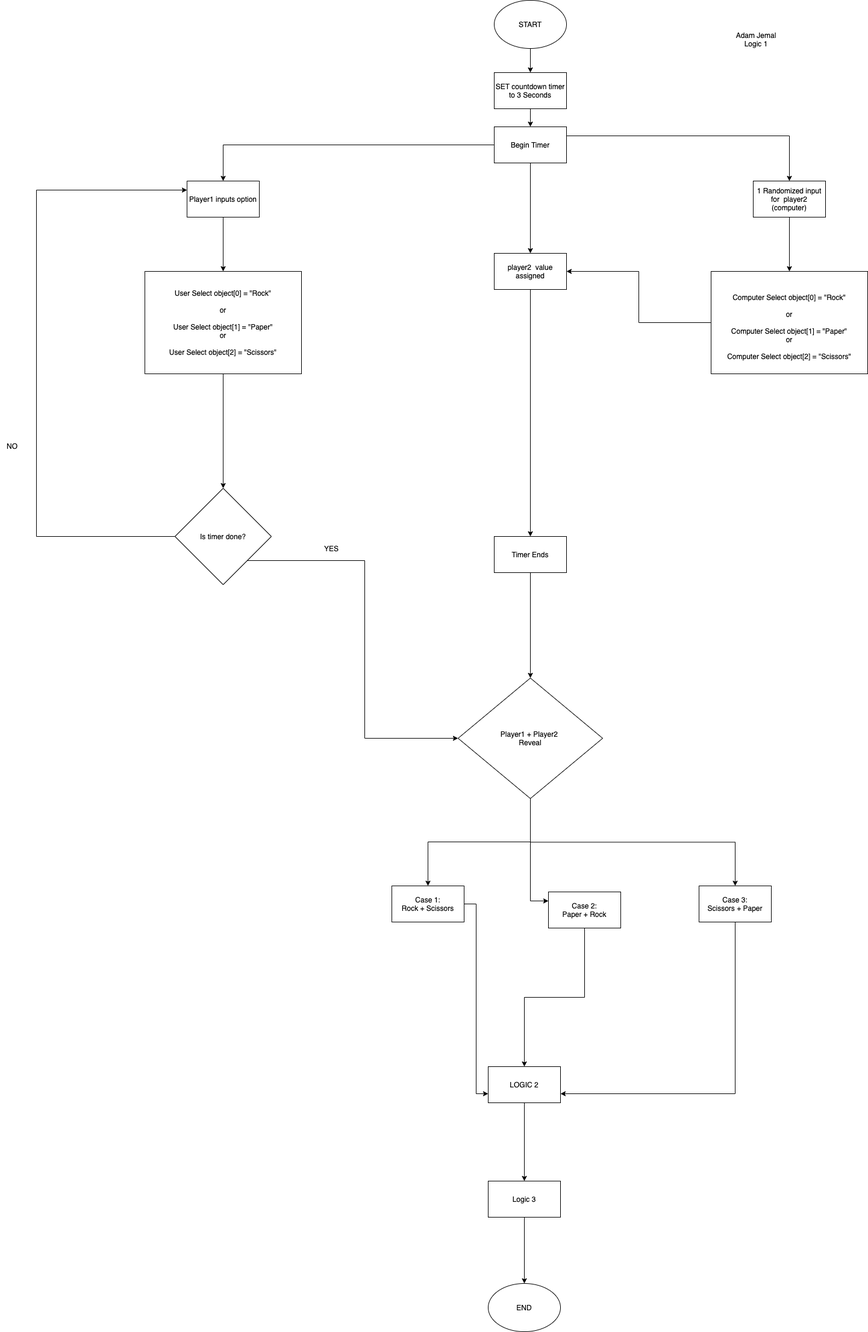
This is rockPaperScissors.png from Adam20058/Rock-Paper-Scissors, a draw.io export, as it was before one commit. Source tidied: cells renumbered, new cells last; positions are measured from the earlier drawing's top-left corner, leaving out a move shared by most shapes.
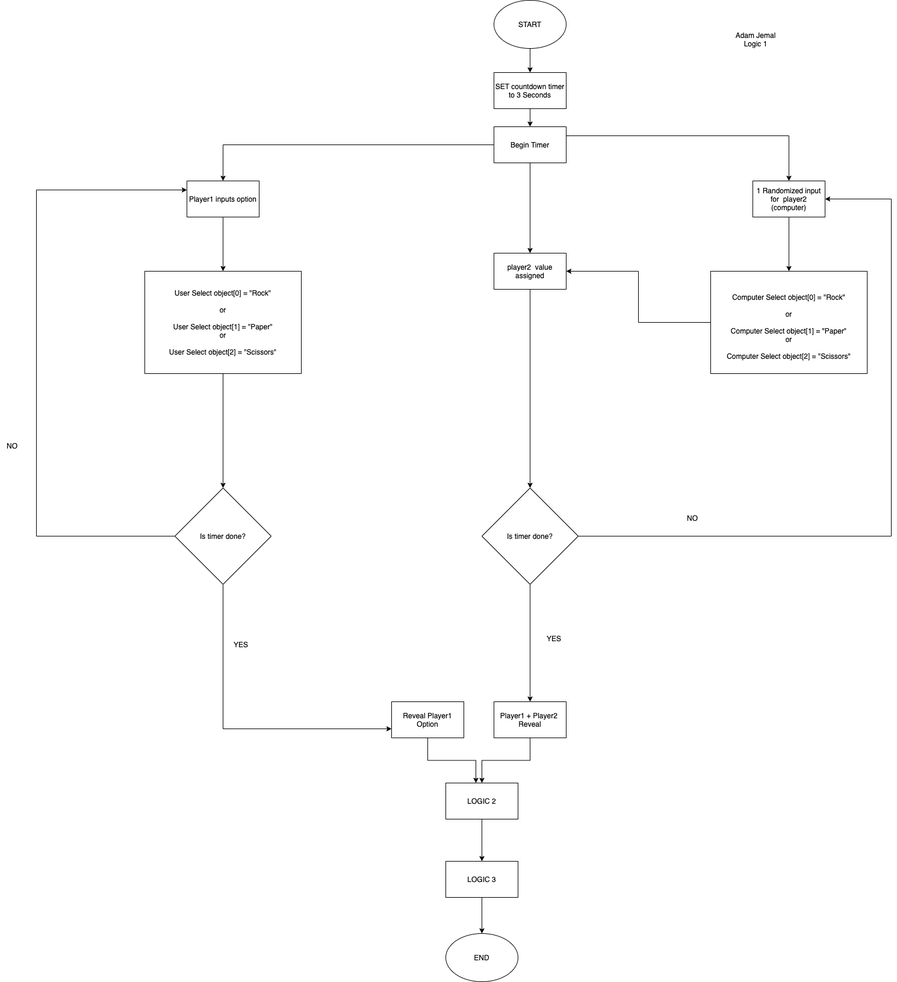
The same file after the commit.

Change to the diagram source:
```diff
@@ -26,21 +26,15 @@
     <mxCell id="9" value="Begin Timer" style="rounded=0;whiteSpace=wrap;html=1;" parent="1" vertex="1">
       <mxGeometry x="820" y="210" width="120" height="60" as="geometry" />
     </mxCell>
-    <mxCell id="10" style="edgeStyle=orthogonalEdgeStyle;rounded=0;jettySize=auto;html=1;exitX=0.5;exitY=1;exitDx=0;exitDy=0;entryX=0.5;entryY=0;entryDx=0;entryDy=0;" parent="1" edge="1" source="11" target="24">
-      <mxGeometry relative="1" as="geometry" />
-    </mxCell>
-    <mxCell id="11" value="Timer Ends" style="rounded=0;whiteSpace=wrap;html=1;" parent="1" vertex="1">
-      <mxGeometry x="820" y="890" width="120" height="60" as="geometry" />
-    </mxCell>
     <mxCell id="12" style="edgeStyle=orthogonalEdgeStyle;rounded=0;jettySize=auto;html=1;entryX=0.5;entryY=0;entryDx=0;entryDy=0;" parent="1" edge="1" source="13" target="34">
       <mxGeometry relative="1" as="geometry" />
     </mxCell>
     <mxCell id="13" value="1 Randomized input&lt;br&gt;for&amp;nbsp; player2 (computer)" style="rounded=0;whiteSpace=wrap;html=1;" parent="1" vertex="1">
       <mxGeometry x="1250" y="300" width="120" height="60" as="geometry" />
     </mxCell>
-    <mxCell id="14" style="edgeStyle=orthogonalEdgeStyle;rounded=0;jettySize=auto;html=1;exitX=0.5;exitY=1;exitDx=0;exitDy=0;entryX=0.5;entryY=0;entryDx=0;entryDy=0;" parent="1" edge="1" source="15" target="11">
-      <mxGeometry relative="1" as="geometry" />
-    </mxCell>
+    <mxCell id="43" style="edgeStyle=orthogonalEdgeStyle;rounded=0;jettySize=auto;html=1;exitX=0.5;exitY=1;exitDx=0;exitDy=0;entryX=0.5;entryY=0;entryDx=0;entryDy=0;" parent="1" edge="1" source="15" target="50">
+      <mxGeometry relative="1" as="geometry" />
+    </mxCell>
     <mxCell id="15" value="player2&amp;nbsp; value assigned" style="rounded=0;whiteSpace=wrap;html=1;" parent="1" vertex="1">
       <mxGeometry x="820" y="420" width="120" height="60" as="geometry" />
     </mxCell>
@@ -59,32 +53,6 @@
     <mxCell id="20" value="&lt;span&gt;User Select object[0] = &quot;Rock&quot;&lt;/span&gt;&lt;br&gt;&lt;br&gt;&lt;span&gt;or&lt;/span&gt;&lt;br&gt;&lt;br&gt;&lt;span&gt;User Select object[1] = &quot;Paper&quot;&lt;/span&gt;&lt;br&gt;&lt;span&gt;or&lt;/span&gt;&lt;br&gt;&lt;br&gt;&lt;span&gt;User Select object[2] = &quot;Scissors&quot;&lt;/span&gt;" style="rounded=0;whiteSpace=wrap;html=1;" parent="1" vertex="1">
       <mxGeometry x="240" y="450" width="260" height="170" as="geometry" />
     </mxCell>
-    <mxCell id="21" style="edgeStyle=orthogonalEdgeStyle;rounded=0;jettySize=auto;html=1;exitX=0.5;exitY=1;exitDx=0;exitDy=0;entryX=0.5;entryY=0;entryDx=0;entryDy=0;" parent="1" edge="1" source="24" target="26">
-      <mxGeometry relative="1" as="geometry">
-        <Array as="points">
-          <mxPoint x="880" y="1397" />
-          <mxPoint x="710" y="1397" />
-        </Array>
-      </mxGeometry>
-    </mxCell>
-    <mxCell id="22" style="edgeStyle=orthogonalEdgeStyle;rounded=0;jettySize=auto;html=1;exitX=0.5;exitY=1;exitDx=0;exitDy=0;" parent="1" edge="1" source="24" target="32">
-      <mxGeometry relative="1" as="geometry" />
-    </mxCell>
-    <mxCell id="23" style="edgeStyle=orthogonalEdgeStyle;rounded=0;jettySize=auto;html=1;exitX=0.5;exitY=1;exitDx=0;exitDy=0;entryX=0;entryY=0.25;entryDx=0;entryDy=0;" parent="1" edge="1" source="24" target="36">
-      <mxGeometry relative="1" as="geometry" />
-    </mxCell>
-    <mxCell id="24" value="Player1 + Player2&amp;nbsp;&lt;br&gt;Reveal" style="rhombus;whiteSpace=wrap;html=1;" parent="1" vertex="1">
-      <mxGeometry x="760" y="1125" width="240" height="200" as="geometry" />
-    </mxCell>
-    <mxCell id="25" style="edgeStyle=orthogonalEdgeStyle;rounded=0;jettySize=auto;html=1;entryX=0;entryY=0.75;entryDx=0;entryDy=0;" parent="1" edge="1" source="26" target="39">
-      <mxGeometry relative="1" as="geometry" />
-    </mxCell>
-    <mxCell id="26" value="Case 1:&lt;br&gt;Rock + Scissors" style="rounded=0;whiteSpace=wrap;html=1;" parent="1" vertex="1">
-      <mxGeometry x="650" y="1470" width="120" height="60" as="geometry" />
-    </mxCell>
-    <mxCell id="27" style="edgeStyle=orthogonalEdgeStyle;rounded=0;jettySize=auto;html=1;exitX=1;exitY=1;exitDx=0;exitDy=0;entryX=0;entryY=0.5;entryDx=0;entryDy=0;" parent="1" edge="1" source="29" target="24">
-      <mxGeometry relative="1" as="geometry" />
-    </mxCell>
     <mxCell id="28" style="edgeStyle=orthogonalEdgeStyle;rounded=0;jettySize=auto;html=1;exitX=0;exitY=0.5;exitDx=0;exitDy=0;entryX=0;entryY=0.25;entryDx=0;entryDy=0;" parent="1" edge="1" source="29" target="17">
       <mxGeometry relative="1" as="geometry">
         <Array as="points">
@@ -93,47 +61,72 @@
         </Array>
       </mxGeometry>
     </mxCell>
+    <mxCell id="44" style="edgeStyle=orthogonalEdgeStyle;rounded=0;jettySize=auto;html=1;exitX=0.5;exitY=1;exitDx=0;exitDy=0;entryX=0;entryY=0.75;entryDx=0;entryDy=0;" parent="1" edge="1" source="29" target="47">
+      <mxGeometry relative="1" as="geometry" />
+    </mxCell>
     <mxCell id="29" value="Is timer done?" style="rhombus;whiteSpace=wrap;html=1;" parent="1" vertex="1">
       <mxGeometry x="290" y="810" width="160" height="160" as="geometry" />
     </mxCell>
     <mxCell id="30" value="YES" style="text;html=1;strokeColor=none;fillColor=none;align=center;verticalAlign=middle;whiteSpace=wrap;rounded=0;" parent="1" vertex="1">
-      <mxGeometry x="530" y="900" width="40" height="20" as="geometry" />
+      <mxGeometry x="380" y="1060" width="40" height="20" as="geometry" />
     </mxCell>
-    <mxCell id="31" style="edgeStyle=orthogonalEdgeStyle;rounded=0;jettySize=auto;html=1;exitX=0.5;exitY=1;exitDx=0;exitDy=0;entryX=1;entryY=0.75;entryDx=0;entryDy=0;" parent="1" edge="1" source="32" target="39">
-      <mxGeometry relative="1" as="geometry" />
-    </mxCell>
-    <mxCell id="32" value="Case 3:&lt;br&gt;Scissors + Paper" style="rounded=0;whiteSpace=wrap;html=1;" parent="1" vertex="1">
-      <mxGeometry x="1160" y="1470" width="120" height="60" as="geometry" />
-    </mxCell>
     <mxCell id="33" style="edgeStyle=orthogonalEdgeStyle;rounded=0;jettySize=auto;html=1;exitX=0;exitY=0.5;exitDx=0;exitDy=0;entryX=1;entryY=0.5;entryDx=0;entryDy=0;" parent="1" edge="1" source="34" target="15">
       <mxGeometry relative="1" as="geometry" />
     </mxCell>
     <mxCell id="34" value="&lt;span&gt;&lt;br&gt;Computer Select object[0] = &quot;Rock&quot;&lt;/span&gt;&lt;br&gt;&lt;br&gt;&lt;span&gt;or&lt;/span&gt;&lt;br&gt;&lt;br&gt;&lt;span&gt;Computer Select object[1] = &quot;Paper&quot;&lt;/span&gt;&lt;br&gt;&lt;span&gt;or&lt;/span&gt;&lt;br&gt;&lt;br&gt;&lt;span&gt;Computer Select object[2] = &quot;Scissors&quot;&lt;/span&gt;" style="rounded=0;whiteSpace=wrap;html=1;" parent="1" vertex="1">
       <mxGeometry x="1180" y="450" width="260" height="170" as="geometry" />
     </mxCell>
-    <mxCell id="35" style="edgeStyle=orthogonalEdgeStyle;rounded=0;jettySize=auto;html=1;exitX=0.5;exitY=1;exitDx=0;exitDy=0;" parent="1" edge="1" source="36" target="39">
-      <mxGeometry relative="1" as="geometry" />
-    </mxCell>
-    <mxCell id="36" value="Case 2:&lt;br&gt;Paper + Rock" style="rounded=0;whiteSpace=wrap;html=1;" parent="1" vertex="1">
-      <mxGeometry x="910" y="1480" width="120" height="60" as="geometry" />
-    </mxCell>
     <mxCell id="37" value="NO" style="text;html=1;strokeColor=none;fillColor=none;align=center;verticalAlign=middle;whiteSpace=wrap;rounded=0;" parent="1" vertex="1">
       <mxGeometry y="730" width="40" height="20" as="geometry" />
     </mxCell>
-    <mxCell id="38" style="edgeStyle=orthogonalEdgeStyle;rounded=0;jettySize=auto;html=1;entryX=0.5;entryY=0;entryDx=0;entryDy=0;" parent="1" edge="1" source="39" target="41">
-      <mxGeometry relative="1" as="geometry" />
-    </mxCell>
+    <mxCell id="42" value="END" style="ellipse;whiteSpace=wrap;html=1;" parent="1" vertex="1">
+      <mxGeometry x="740" y="1550" width="120" height="80" as="geometry" />
+    </mxCell>
+    <mxCell id="45" style="edgeStyle=orthogonalEdgeStyle;rounded=0;jettySize=auto;html=1;exitX=0.5;exitY=1;exitDx=0;exitDy=0;" parent="1" edge="1" source="24" target="39">
+      <mxGeometry relative="1" as="geometry" />
+    </mxCell>
+    <mxCell id="24" value="&lt;span&gt;Player1 + Player2&amp;nbsp;&lt;/span&gt;&lt;br&gt;&lt;span&gt;Reveal&lt;/span&gt;" style="rounded=0;whiteSpace=wrap;html=1;" parent="1" vertex="1">
+      <mxGeometry x="820" y="1165" width="120" height="60" as="geometry" />
+    </mxCell>
+    <mxCell id="46" style="edgeStyle=orthogonalEdgeStyle;rounded=0;jettySize=auto;html=1;exitX=0.5;exitY=1;exitDx=0;exitDy=0;" parent="1" edge="1" source="47">
+      <mxGeometry relative="1" as="geometry">
+        <mxPoint x="790" y="1300" as="targetPoint" />
+      </mxGeometry>
+    </mxCell>
+    <mxCell id="47" value="Reveal Player1 Option" style="rounded=0;whiteSpace=wrap;html=1;" parent="1" vertex="1">
+      <mxGeometry x="650" y="1165" width="120" height="60" as="geometry" />
+    </mxCell>
+    <mxCell id="48" style="edgeStyle=orthogonalEdgeStyle;rounded=0;jettySize=auto;html=1;exitX=0.5;exitY=1;exitDx=0;exitDy=0;entryX=0.5;entryY=0;entryDx=0;entryDy=0;" parent="1" edge="1" source="50" target="24">
+      <mxGeometry relative="1" as="geometry" />
+    </mxCell>
+    <mxCell id="49" style="edgeStyle=orthogonalEdgeStyle;rounded=0;jettySize=auto;html=1;entryX=1;entryY=0.5;entryDx=0;entryDy=0;" parent="1" edge="1" source="50" target="13">
+      <mxGeometry relative="1" as="geometry">
+        <Array as="points">
+          <mxPoint x="1480" y="890" />
+          <mxPoint x="1480" y="330" />
+        </Array>
+      </mxGeometry>
+    </mxCell>
+    <mxCell id="50" value="Is timer done?" style="rhombus;whiteSpace=wrap;html=1;" parent="1" vertex="1">
+      <mxGeometry x="800" y="810" width="160" height="160" as="geometry" />
+    </mxCell>
+    <mxCell id="51" value="YES" style="text;html=1;strokeColor=none;fillColor=none;align=center;verticalAlign=middle;whiteSpace=wrap;rounded=0;" parent="1" vertex="1">
+      <mxGeometry x="900" y="1050" width="40" height="20" as="geometry" />
+    </mxCell>
+    <mxCell id="52" value="NO" style="text;html=1;strokeColor=none;fillColor=none;align=center;verticalAlign=middle;whiteSpace=wrap;rounded=0;" parent="1" vertex="1">
+      <mxGeometry x="1130" y="850" width="40" height="20" as="geometry" />
+    </mxCell>
+    <mxCell id="53" style="edgeStyle=orthogonalEdgeStyle;rounded=0;jettySize=auto;html=1;exitX=0.5;exitY=1;exitDx=0;exitDy=0;entryX=0.5;entryY=0;entryDx=0;entryDy=0;" parent="1" edge="1" source="39" target="55">
+      <mxGeometry relative="1" as="geometry" />
+    </mxCell>
     <mxCell id="39" value="LOGIC 2" style="rounded=0;whiteSpace=wrap;html=1;" parent="1" vertex="1">
-      <mxGeometry x="810" y="1770" width="120" height="60" as="geometry" />
+      <mxGeometry x="740" y="1300" width="120" height="60" as="geometry" />
     </mxCell>
-    <mxCell id="40" style="edgeStyle=orthogonalEdgeStyle;rounded=0;jettySize=auto;html=1;entryX=0.5;entryY=0;entryDx=0;entryDy=0;" parent="1" edge="1" source="41" target="42">
-      <mxGeometry relative="1" as="geometry" />
-    </mxCell>
-    <mxCell id="41" value="Logic 3" style="rounded=0;whiteSpace=wrap;html=1;" parent="1" vertex="1">
-      <mxGeometry x="810" y="1960" width="120" height="60" as="geometry" />
-    </mxCell>
-    <mxCell id="42" value="END" style="ellipse;whiteSpace=wrap;html=1;" parent="1" vertex="1">
-      <mxGeometry x="810" y="2130" width="120" height="80" as="geometry" />
-    </mxCell>
+    <mxCell id="54" style="edgeStyle=orthogonalEdgeStyle;rounded=0;jettySize=auto;html=1;exitX=0.5;exitY=1;exitDx=0;exitDy=0;entryX=0.5;entryY=0;entryDx=0;entryDy=0;" parent="1" edge="1" source="55" target="42">
+      <mxGeometry relative="1" as="geometry" />
+    </mxCell>
+    <mxCell id="55" value="LOGIC 3" style="rounded=0;whiteSpace=wrap;html=1;" parent="1" vertex="1">
+      <mxGeometry x="740" y="1430" width="120" height="60" as="geometry" />
+    </mxCell>
   </root>
 </mxGraphModel>
```
